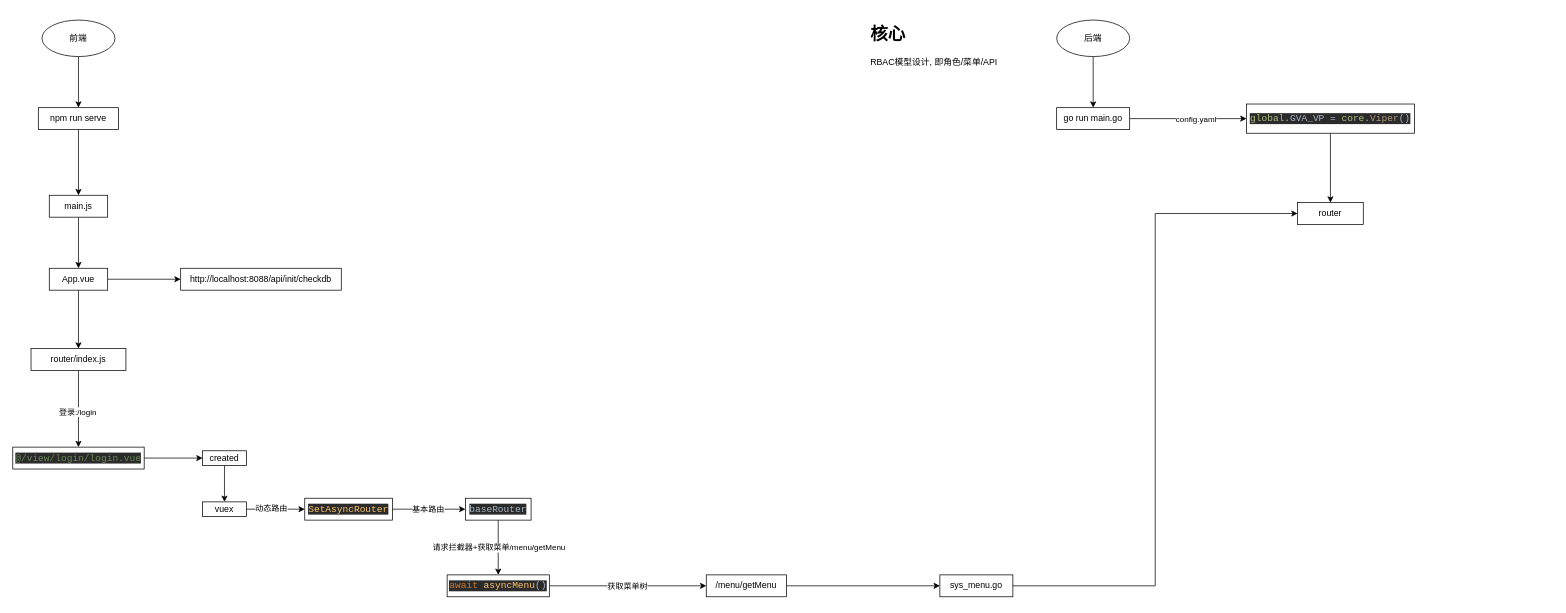
This is server/xb/design.drawio from ssbandjl/gin-vue-admin, a draw.io file, before an edit. Source tidied: cells renumbered, new cells numbered last; positions are measured from the earlier drawing's top-left corner, leaving out a move shared by most shapes. Both pictures are drawn from the tidied source at 73%, with x=0, y=0 at pixel (12, 20).
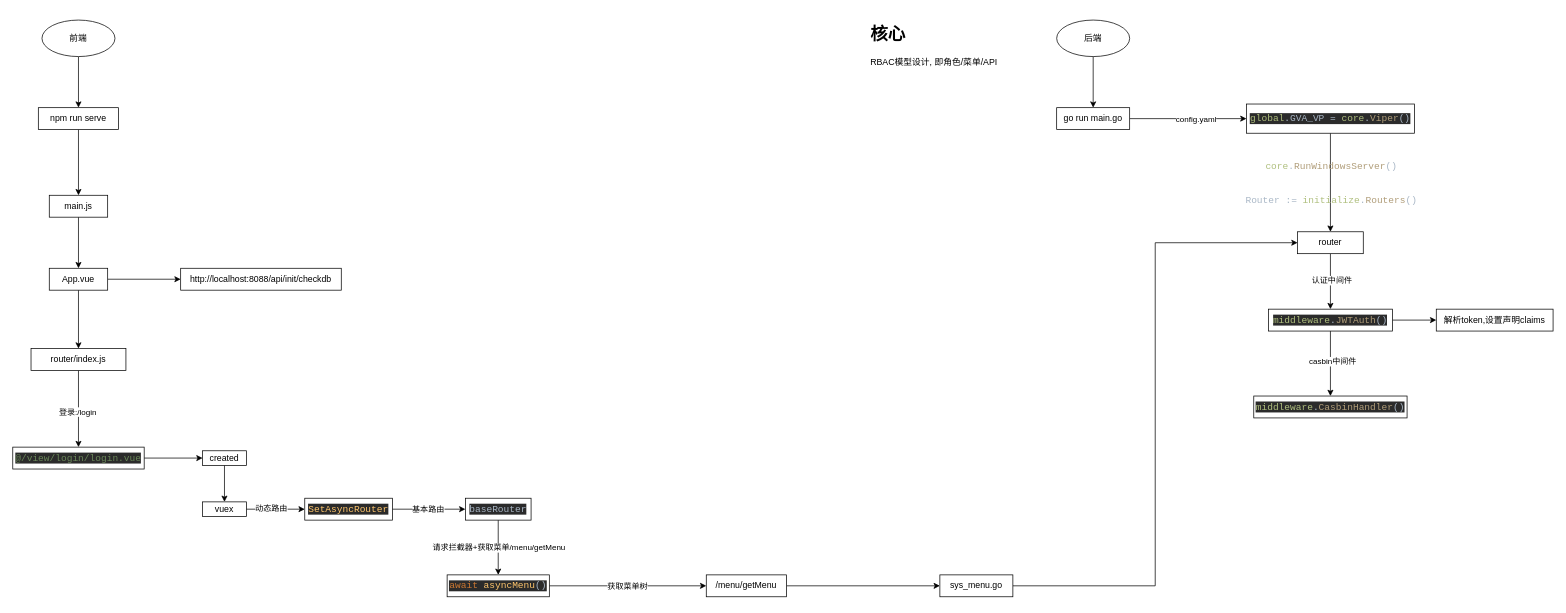
The same page after the edit.

Unchanged cells that the change refers to:
```xml
<mxCell id="12" style="edgeStyle=orthogonalEdgeStyle;rounded=0;jettySize=auto;html=1;exitX=0.5;exitY=1;exitDx=0;exitDy=0;" parent="1" edge="1" source="13" target="41">
  <mxGeometry relative="1" as="geometry" />
</mxCell>
```

Change to the diagram source:
```diff
@@
+    <mxCell id="44" value="&lt;pre style=&quot;color: rgb(169, 183, 198); font-family: &amp;quot;jetbrains mono&amp;quot;, monospace; font-size: 9.8pt;&quot;&gt;&lt;span style=&quot;color: #afbf7e&quot;&gt;core&lt;/span&gt;.&lt;span style=&quot;color: #b09d79&quot;&gt;RunWindowsServer&lt;/span&gt;()&lt;/pre&gt;" style="edgeLabel;html=1;align=center;verticalAlign=middle;labelBackgroundColor=none;" parent="12" vertex="1">
+      <mxGeometry x="-0.05" relative="1" as="geometry">
+        <mxPoint y="-20" as="offset" />
+      </mxGeometry>
+    </mxCell>
+    <mxCell id="45" value="&lt;pre style=&quot;color: rgb(169, 183, 198); font-family: &amp;quot;jetbrains mono&amp;quot;, monospace; font-size: 9.8pt;&quot;&gt;Router := &lt;span style=&quot;color: #afbf7e&quot;&gt;initialize&lt;/span&gt;.&lt;span style=&quot;color: #b09d79&quot;&gt;Routers&lt;/span&gt;()&lt;/pre&gt;" style="edgeLabel;html=1;align=center;verticalAlign=middle;labelBackgroundColor=none;" parent="12" vertex="1">
+      <mxGeometry x="0.35" relative="1" as="geometry" />
+    </mxCell>
@@
+    <mxCell id="46" style="edgeStyle=orthogonalEdgeStyle;rounded=0;jettySize=auto;html=1;exitX=0.5;exitY=1;exitDx=0;exitDy=0;entryX=0.5;entryY=0;entryDx=0;entryDy=0;" parent="1" edge="1" source="41" target="51">
+      <mxGeometry relative="1" as="geometry" />
+    </mxCell>
+    <mxCell id="47" value="认证中间件" style="edgeLabel;html=1;align=center;verticalAlign=middle;" parent="46" vertex="1">
+      <mxGeometry x="-0.04" y="1" relative="1" as="geometry" />
+    </mxCell>
     <mxCell id="41" value="router" style="whiteSpace=wrap;html=1;" parent="1" vertex="1">
-      <mxGeometry x="1760" y="250" width="90" height="30" as="geometry" />
+      <mxGeometry x="1760" y="290" width="90" height="30" as="geometry" />
     </mxCell>
@@
+    <mxCell id="48" style="edgeStyle=orthogonalEdgeStyle;rounded=0;jettySize=auto;html=1;exitX=0.5;exitY=1;exitDx=0;exitDy=0;" parent="1" edge="1" source="51" target="52">
+      <mxGeometry relative="1" as="geometry" />
+    </mxCell>
+    <mxCell id="49" value="casbin中间件" style="edgeLabel;html=1;align=center;verticalAlign=middle;" parent="48" vertex="1">
+      <mxGeometry x="-0.08" y="2" relative="1" as="geometry" />
+    </mxCell>
+    <mxCell id="50" style="edgeStyle=orthogonalEdgeStyle;rounded=0;jettySize=auto;html=1;exitX=1;exitY=0.5;exitDx=0;exitDy=0;" parent="1" edge="1" source="51" target="53">
+      <mxGeometry relative="1" as="geometry" />
+    </mxCell>
+    <mxCell id="51" value="&lt;pre style=&quot;background-color: #2b2b2b ; color: #a9b7c6 ; font-family: &amp;#34;jetbrains mono&amp;#34; , monospace ; font-size: 9.8pt&quot;&gt;&lt;span style=&quot;color: #afbf7e&quot;&gt;middleware&lt;/span&gt;.&lt;span style=&quot;color: #b09d79&quot;&gt;JWTAuth&lt;/span&gt;()&lt;/pre&gt;" style="whiteSpace=wrap;html=1;" parent="1" vertex="1">
+      <mxGeometry x="1720" y="396" width="170" height="30" as="geometry" />
+    </mxCell>
+    <mxCell id="52" value="&lt;pre style=&quot;background-color: #2b2b2b ; color: #a9b7c6 ; font-family: &amp;#34;jetbrains mono&amp;#34; , monospace ; font-size: 9.8pt&quot;&gt;&lt;span style=&quot;color: #afbf7e&quot;&gt;middleware&lt;/span&gt;.&lt;span style=&quot;color: #b09d79&quot;&gt;CasbinHandler&lt;/span&gt;()&lt;/pre&gt;" style="whiteSpace=wrap;html=1;" parent="1" vertex="1">
+      <mxGeometry x="1700" y="515" width="210" height="30" as="geometry" />
+    </mxCell>
+    <mxCell id="53" value="解析token,设置声明claims" style="whiteSpace=wrap;html=1;" parent="1" vertex="1">
+      <mxGeometry x="1950" y="396" width="160" height="30" as="geometry" />
+    </mxCell>
```
